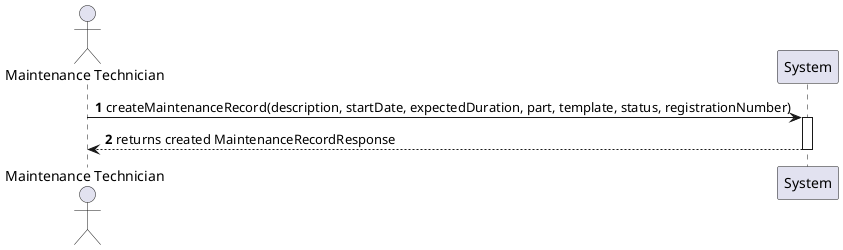
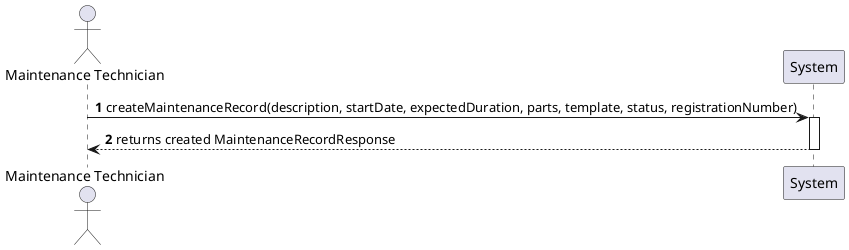
﻿@startuml
autonumber
actor "Maintenance Technician" as Actor
participant "System" as Sys
- Actor -> Sys : createMaintenanceRecord(description, startDate, expectedDuration, part, template, status, registrationNumber)
+ Actor -> Sys : createMaintenanceRecord(description, startDate, expectedDuration, parts, template, status, registrationNumber)
activate Sys
Sys --> Actor : returns created MaintenanceRecordResponse
deactivate Sys
@enduml


